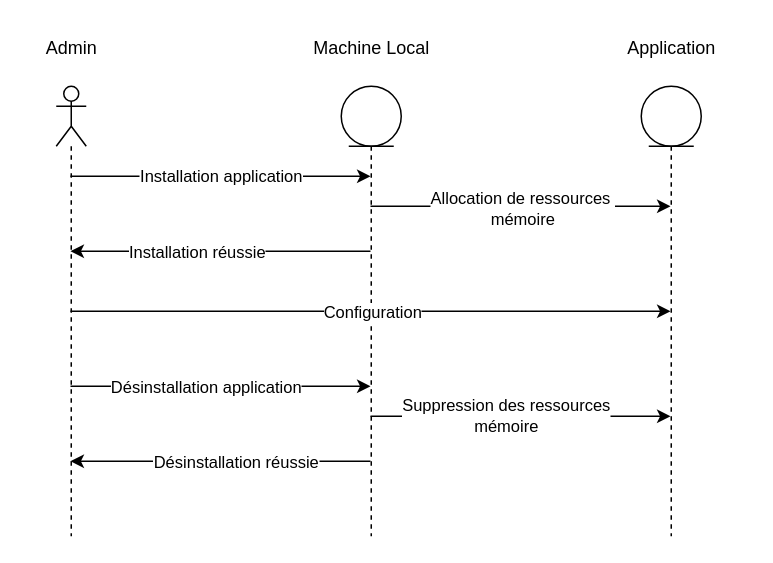
Earlier version of the draw.io diagram Projet/UML/versions modifiables/diagramme_seq_admin.drawio (Newglear/UF_projet_java). Source tidied: cells renumbered, new cells numbered last; positions are measured from the earlier drawing's top-left corner, leaving out a move shared by most shapes. Both pictures are drawn from the tidied source at 150%, with x=0, y=0 at pixel (26, 26).
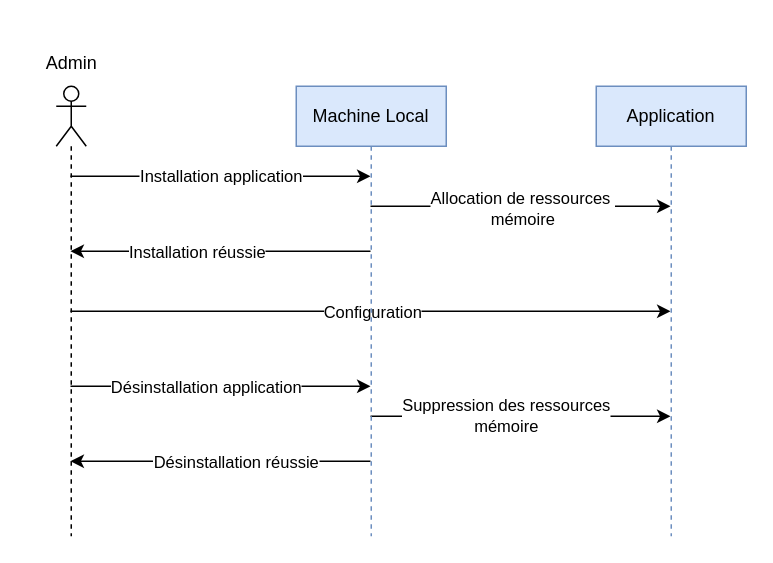
After the change.

Commit message:
Mettre à jour diagramme_seq_admin.drawio

The change refers to these unchanged cells:
```xml
<mxCell id="2" style="shape=umlLifeline;participant=umlActor;perimeter=lifelinePerimeter;whiteSpace=wrap;html=1;verticalAlign=top;spacingTop=36;outlineConnect=0;" parent="1" vertex="1">
  <mxGeometry x="20" y="40" width="20" height="300" as="geometry" />
</mxCell>
```

What changed in the source:
```diff
@@
-    <mxCell id="3" style="shape=umlLifeline;participant=umlEntity;perimeter=lifelinePerimeter;whiteSpace=wrap;html=1;verticalAlign=top;spacingTop=36;outlineConnect=0;" parent="1" vertex="1">
-      <mxGeometry x="210" y="40" width="40" height="300" as="geometry" />
-    </mxCell>
-    <mxCell id="4" style="shape=umlLifeline;participant=umlEntity;perimeter=lifelinePerimeter;whiteSpace=wrap;html=1;verticalAlign=top;spacingTop=36;outlineConnect=0;" parent="1" vertex="1">
-      <mxGeometry x="410" y="40" width="40" height="300" as="geometry" />
-    </mxCell>
     <mxCell id="5" value="Admin" style="text;html=1;align=center;verticalAlign=middle;strokeColor=none;fillColor=none;" parent="1" vertex="1">
-      <mxGeometry width="60" height="30" as="geometry" />
+      <mxGeometry y="10" width="60" height="30" as="geometry" />
     </mxCell>
-    <mxCell id="6" value="Machine Local" style="text;html=1;align=center;verticalAlign=middle;points=[];strokeColor=none;fillColor=none;" parent="1" vertex="1">
-      <mxGeometry x="180" width="100" height="30" as="geometry" />
-    </mxCell>
-    <mxCell id="7" value="Application" style="text;html=1;align=center;verticalAlign=middle;points=[];strokeColor=none;fillColor=none;" parent="1" vertex="1">
-      <mxGeometry x="390" width="80" height="30" as="geometry" />
-    </mxCell>
-    <mxCell id="8" style="endArrow=classic;html=1;rounded=0;" parent="1" edge="1" source="2" target="3">
+    <mxCell id="8" style="endArrow=classic;html=1;rounded=0;" parent="1" edge="1" source="2" target="6">
       <mxGeometry relative="1" as="geometry">
         <Array as="points">
           <mxPoint x="130" y="100" />
         </Array>
       </mxGeometry>
     </mxCell>
@@
-    <mxCell id="10" style="endArrow=classic;html=1;rounded=0;" parent="1" edge="1" source="3" target="4">
+    <mxCell id="10" style="endArrow=classic;html=1;rounded=0;" parent="1" edge="1" source="6" target="7">
       <mxGeometry relative="1" as="geometry">
         <Array as="points">
           <mxPoint x="330" y="120" />
         </Array>
       </mxGeometry>
     </mxCell>
@@
-    <mxCell id="12" style="endArrow=classic;html=1;rounded=0;" parent="1" edge="1" source="3" target="2">
+    <mxCell id="12" style="endArrow=classic;html=1;rounded=0;" parent="1" edge="1" source="6" target="2">
       <mxGeometry relative="1" as="geometry">
         <Array as="points">
           <mxPoint x="140" y="150" />
         </Array>
       </mxGeometry>
     </mxCell>
@@
-    <mxCell id="14" style="endArrow=classic;html=1;rounded=0;" parent="1" edge="1" source="2" target="4">
+    <mxCell id="14" style="endArrow=classic;html=1;rounded=0;" parent="1" edge="1" source="2" target="7">
       <mxGeometry relative="1" as="geometry" />
     </mxCell>
@@
-    <mxCell id="16" style="endArrow=classic;html=1;rounded=0;" parent="1" edge="1" source="2" target="3">
+    <mxCell id="16" style="endArrow=classic;html=1;rounded=0;" parent="1" edge="1" source="2" target="6">
       <mxGeometry relative="1" as="geometry">
         <Array as="points">
           <mxPoint x="130" y="240" />
         </Array>
       </mxGeometry>
     </mxCell>
@@
-    <mxCell id="18" style="endArrow=classic;html=1;rounded=0;" parent="1" edge="1" source="3" target="4">
+    <mxCell id="18" style="endArrow=classic;html=1;rounded=0;" parent="1" edge="1" source="6" target="7">
       <mxGeometry relative="1" as="geometry">
         <Array as="points">
           <mxPoint x="330" y="260" />
         </Array>
       </mxGeometry>
     </mxCell>
@@
-    <mxCell id="20" style="endArrow=classic;html=1;rounded=0;" parent="1" edge="1" source="3" target="2">
+    <mxCell id="20" style="endArrow=classic;html=1;rounded=0;" parent="1" edge="1" source="6" target="2">
       <mxGeometry relative="1" as="geometry">
         <Array as="points">
           <mxPoint x="130" y="290" />
         </Array>
       </mxGeometry>
     </mxCell>
@@
+    <mxCell id="6" value="Machine Local" style="shape=umlLifeline;perimeter=lifelinePerimeter;whiteSpace=wrap;html=1;outlineConnect=0;fillColor=#dae8fc;strokeColor=#6c8ebf;" parent="1" vertex="1">
+      <mxGeometry x="180" y="40" width="100" height="300" as="geometry" />
+    </mxCell>
+    <mxCell id="7" value="Application" style="shape=umlLifeline;perimeter=lifelinePerimeter;whiteSpace=wrap;html=1;outlineConnect=0;fillColor=#dae8fc;strokeColor=#6c8ebf;" parent="1" vertex="1">
+      <mxGeometry x="380" y="40" width="100" height="300" as="geometry" />
+    </mxCell>
```
